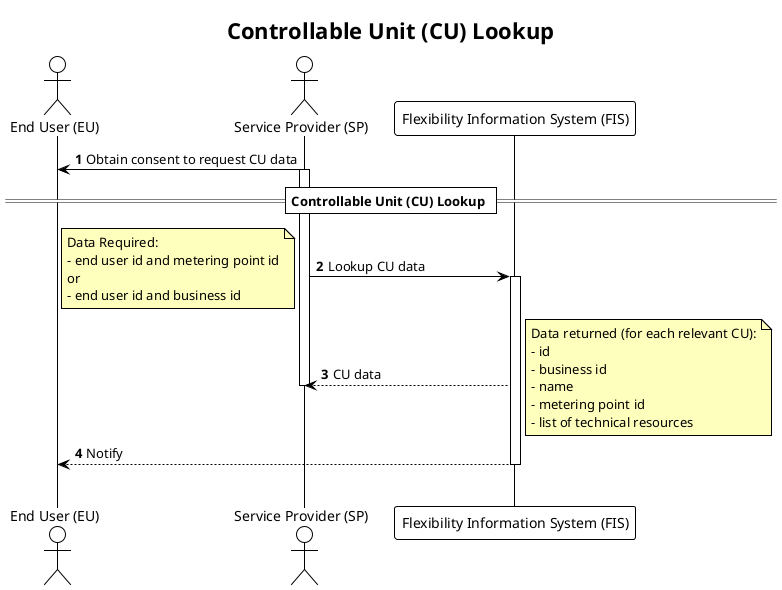
Earlier version of the PlantUML export docs/diagrams/controllable_unit_lookup.png (elhub/flex-information-system).
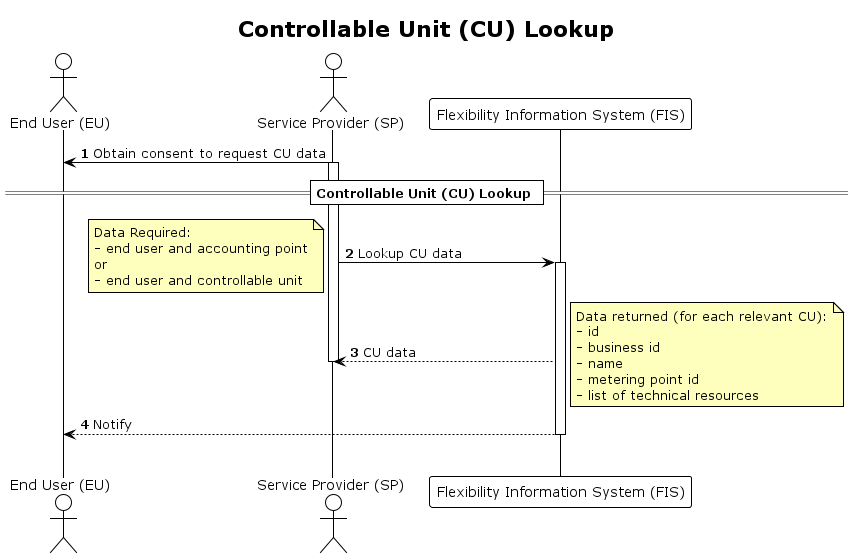
After the change.

The edit, as a diff of the source:
```diff
@@ -20,9 +20,9 @@
 SP -> FIS: Lookup CU data
 note left
     Data Required:
-    - end user id and metering point id
+    - end user and accounting point
     or
-    - end user id and business id
+    - end user and controllable unit
 end note
 activate FIS
 FIS --> SP: CU data
```
